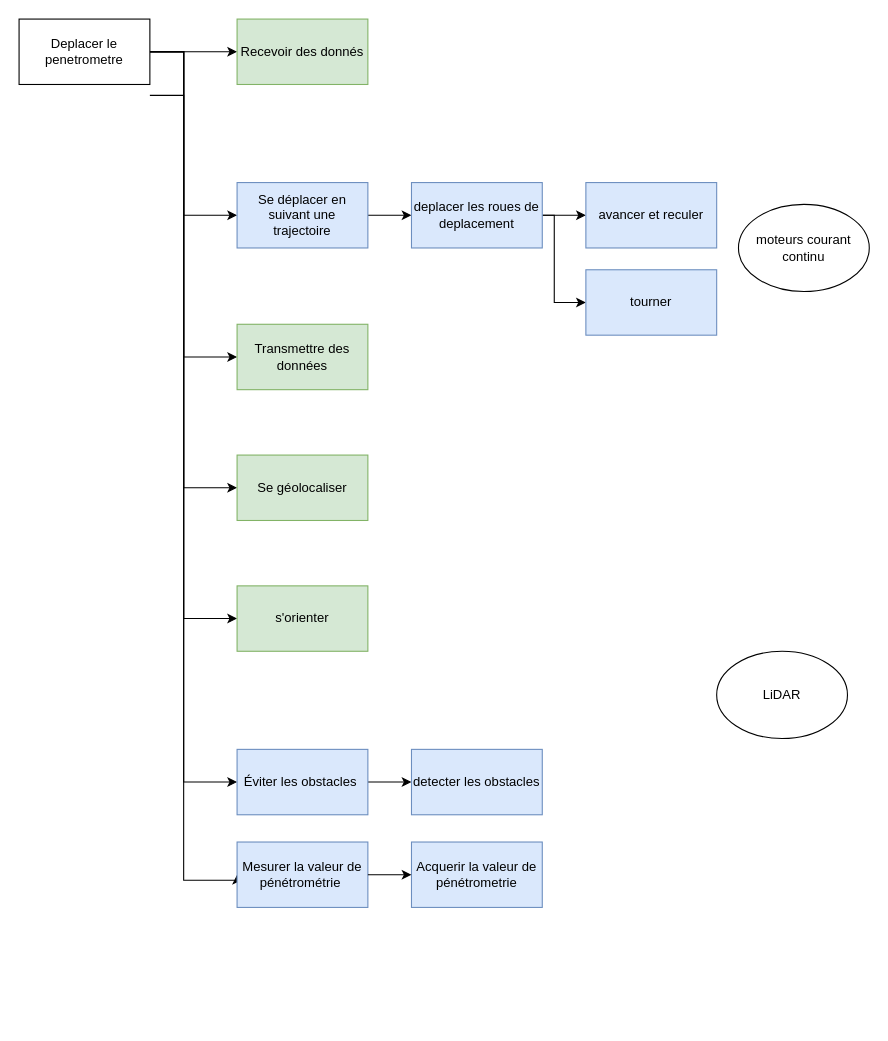
ToGen49/Hippodrome keeps this draw.io diagram as SYSML/D-FAST_ER-TA/D-FAST_ER-TA1.drawio. Above is the earlier version. Source tidied: cells renumbered, new cells numbered last; positions are measured from the earlier drawing's top-left corner, leaving out a move shared by most shapes. Both pictures are drawn from the tidied source at 109%, with x=0, y=0 at pixel (19, 19).
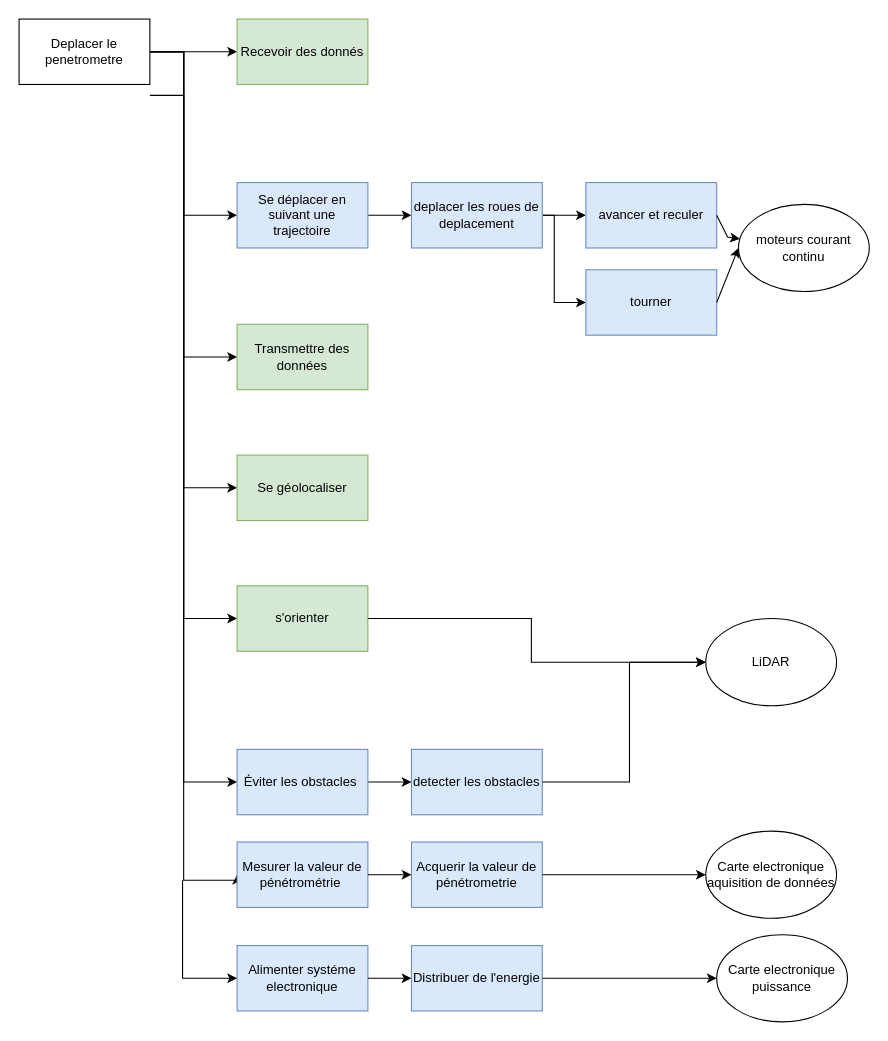
The same diagram, later.

Commit message:
Mettre à jour D-FAST_ER-TA1.drawio

The change refers to these unchanged cells:
```xml
<mxCell id="12" value="s'orienter" style="rounded=0;whiteSpace=wrap;html=1;fillColor=#d5e8d4;strokeColor=#82b366;" parent="1" vertex="1">
  <mxGeometry x="200" y="520" width="120" height="60" as="geometry" />
</mxCell>
<mxCell id="23" value="avancer et reculer" style="rounded=0;whiteSpace=wrap;html=1;fillColor=#dae8fc;strokeColor=#6c8ebf;" parent="1" vertex="1">
  <mxGeometry x="520" y="150" width="120" height="60" as="geometry" />
</mxCell>
<mxCell id="24" value="tourner" style="rounded=0;whiteSpace=wrap;html=1;fillColor=#dae8fc;strokeColor=#6c8ebf;" parent="1" vertex="1">
  <mxGeometry x="520" y="230" width="120" height="60" as="geometry" />
</mxCell>
<mxCell id="25" value="Acquerir la valeur de pénétrometrie" style="rounded=0;whiteSpace=wrap;html=1;fillColor=#dae8fc;strokeColor=#6c8ebf;" parent="1" vertex="1">
  <mxGeometry x="360" y="755" width="120" height="60" as="geometry" />
</mxCell>
<mxCell id="28" value="moteurs courant continu" style="ellipse;whiteSpace=wrap;html=1;" parent="1" vertex="1">
  <mxGeometry x="660" y="170" width="120" height="80" as="geometry" />
</mxCell>
```

Diff of the diagram source:
```diff
@@
     <mxCell id="27" value="LiDAR" style="ellipse;whiteSpace=wrap;html=1;" parent="1" vertex="1">
-      <mxGeometry x="640" y="580" width="120" height="80" as="geometry" />
+      <mxGeometry x="630" y="550" width="120" height="80" as="geometry" />
     </mxCell>
@@
+    <mxCell id="29" style="endArrow=classic;html=1;rounded=0;entryX=0;entryY=0.5;entryDx=0;entryDy=0;" parent="1" edge="1" target="27">
+      <mxGeometry relative="1" as="geometry">
+        <mxPoint x="480" y="700" as="sourcePoint" />
+        <Array as="points">
+          <mxPoint x="560" y="700" />
+          <mxPoint x="560" y="590" />
+        </Array>
+      </mxGeometry>
+    </mxCell>
+    <mxCell id="30" style="endArrow=classic;html=1;rounded=0;exitX=1;exitY=0.5;exitDx=0;exitDy=0;" parent="1" edge="1" source="12">
+      <mxGeometry relative="1" as="geometry">
+        <mxPoint x="630" y="590" as="targetPoint" />
+        <Array as="points">
+          <mxPoint x="470" y="550" />
+          <mxPoint x="470" y="590" />
+        </Array>
+      </mxGeometry>
+    </mxCell>
+    <mxCell id="31" style="endArrow=classic;html=1;rounded=0;exitX=1;exitY=0.5;exitDx=0;exitDy=0;" parent="1" edge="1" source="23" target="28">
+      <mxGeometry relative="1" as="geometry">
+        <Array as="points">
+          <mxPoint x="650" y="200" />
+        </Array>
+      </mxGeometry>
+    </mxCell>
+    <mxCell id="32" style="endArrow=classic;html=1;rounded=0;exitX=1;exitY=0.5;exitDx=0;exitDy=0;entryX=0;entryY=0.5;entryDx=0;entryDy=0;" parent="1" edge="1" source="24" target="28">
+      <mxGeometry relative="1" as="geometry" />
+    </mxCell>
+    <mxCell id="33" value="Carte electronique&lt;div&gt;puissance&lt;/div&gt;" style="ellipse;whiteSpace=wrap;html=1;" parent="1" vertex="1">
+      <mxGeometry x="640" y="840" width="120" height="80" as="geometry" />
+    </mxCell>
+    <mxCell id="34" value="Alimenter systéme electronique" style="rounded=0;whiteSpace=wrap;html=1;fillColor=#dae8fc;strokeColor=#6c8ebf;" parent="1" vertex="1">
+      <mxGeometry x="200" y="850" width="120" height="60" as="geometry" />
+    </mxCell>
+    <mxCell id="35" style="endArrow=classic;html=1;rounded=0;entryX=0;entryY=0.5;entryDx=0;entryDy=0;" parent="1" edge="1" target="34">
+      <mxGeometry relative="1" as="geometry">
+        <mxPoint x="150" y="790" as="sourcePoint" />
+        <Array as="points">
+          <mxPoint x="150" y="880" />
+        </Array>
+      </mxGeometry>
+    </mxCell>
+    <mxCell id="36" value="Carte electronique aquisition de données" style="ellipse;whiteSpace=wrap;html=1;" parent="1" vertex="1">
+      <mxGeometry x="630" y="745" width="120" height="80" as="geometry" />
+    </mxCell>
+    <mxCell id="37" value="Distribuer de l'energie" style="rounded=0;whiteSpace=wrap;html=1;fillColor=#dae8fc;strokeColor=#6c8ebf;" parent="1" vertex="1">
+      <mxGeometry x="360" y="850" width="120" height="60" as="geometry" />
+    </mxCell>
+    <mxCell id="38" style="endArrow=classic;html=1;rounded=0;exitX=1;exitY=0.5;exitDx=0;exitDy=0;entryX=0;entryY=0.5;entryDx=0;entryDy=0;" parent="1" edge="1" source="34" target="37">
+      <mxGeometry relative="1" as="geometry" />
+    </mxCell>
+    <mxCell id="39" style="endArrow=classic;html=1;rounded=0;exitX=1;exitY=0.5;exitDx=0;exitDy=0;entryX=0;entryY=0.5;entryDx=0;entryDy=0;" parent="1" edge="1" source="25" target="36">
+      <mxGeometry relative="1" as="geometry" />
+    </mxCell>
+    <mxCell id="40" style="endArrow=classic;html=1;rounded=0;exitX=1;exitY=0.5;exitDx=0;exitDy=0;" parent="1" edge="1" source="37" target="33">
+      <mxGeometry relative="1" as="geometry" />
+    </mxCell>
```
